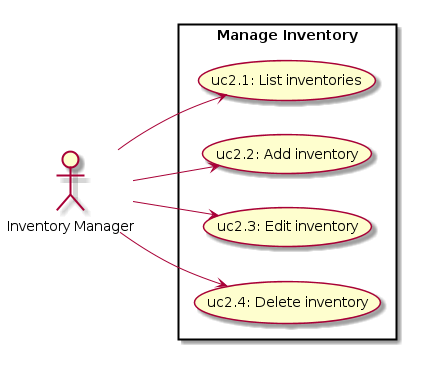
This is docs/images/generated/uc2_inventory.png from aert/aert-farmerp, a PlantUML export, as it was before one commit. Source of this version:
```plantuml
@startuml uc2_inventory.png


   left to right direction
   actor "Inventory Manager" as Inventory


   rectangle "Manage Inventory" {
      (uc2.1: List inventories)  as (uc2.1)
      (uc2.2: Add inventory)    as (uc2.2)
      (uc2.3: Edit inventory) as (uc2.3)
      (uc2.4: Delete inventory) as (uc2.4)

      Inventory --> (uc2.1)
      Inventory --> (uc2.2)
      Inventory --> (uc2.3)
      Inventory --> (uc2.4)

   }


@enduml
```
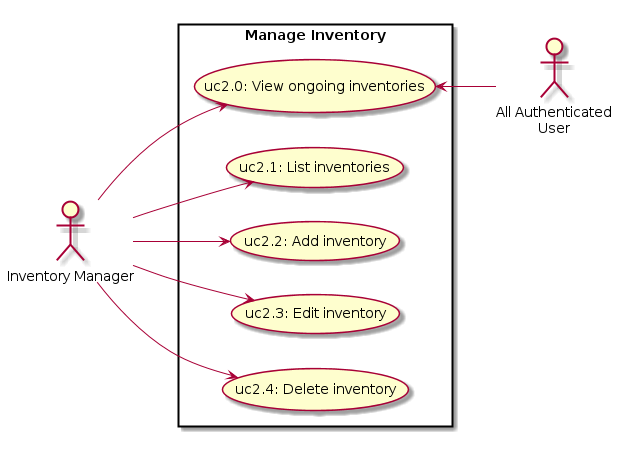
Later version of the same file.

The edit, as a diff of the source:
```diff
@@ -3,19 +3,24 @@
 
    left to right direction
    actor "Inventory Manager" as Inventory
+   actor "All Authenticated\nUser" as User
 
 
    rectangle "Manage Inventory" {
+      (uc2.0: View ongoing inventories)  as (uc2.0)
       (uc2.1: List inventories)  as (uc2.1)
       (uc2.2: Add inventory)    as (uc2.2)
       (uc2.3: Edit inventory) as (uc2.3)
       (uc2.4: Delete inventory) as (uc2.4)
 
+      Inventory --> (uc2.0)
       Inventory --> (uc2.1)
       Inventory --> (uc2.2)
       Inventory --> (uc2.3)
       Inventory --> (uc2.4)
 
+      User  -left-> (uc2.0)
+
    }
 
 
```
